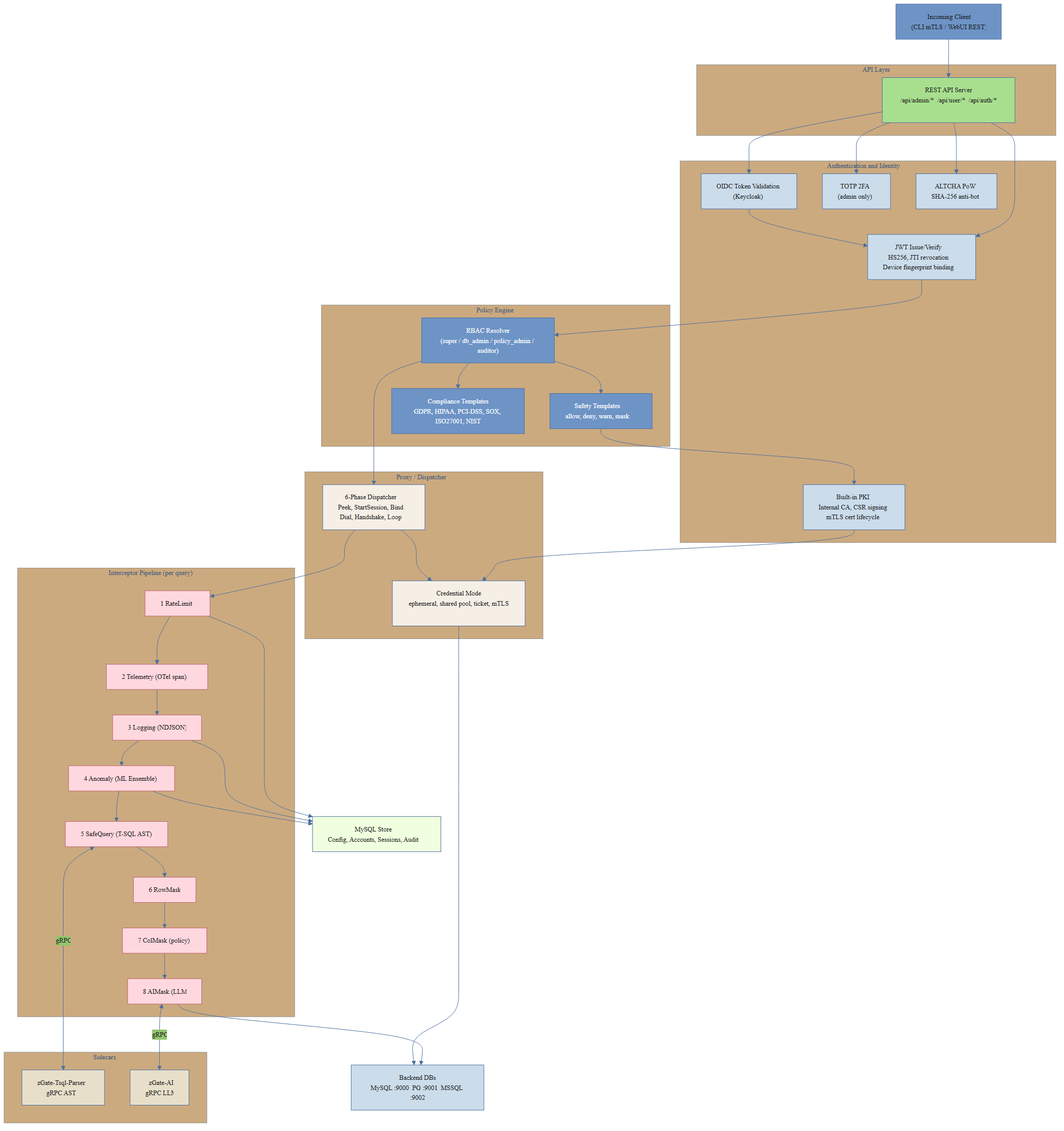
This is images/fig5_2_backend.png from lll-michael-lll/Graduation-Project-Documentation, a Mermaid export, as it was before one commit. Its source is kept beside it as diagrams/fig5_2_backend.mmd.
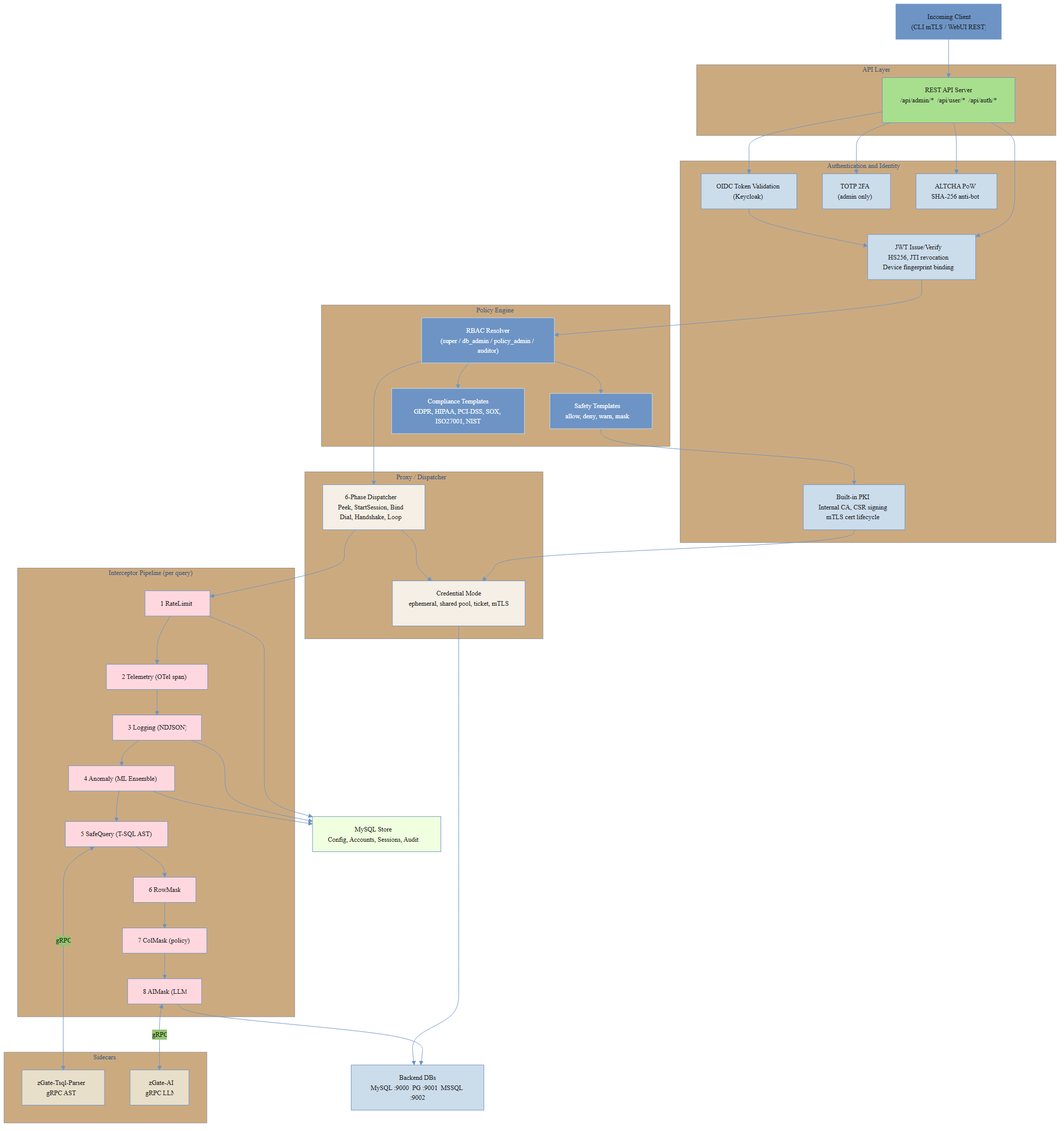
The same file after the commit.

The edit, as a diff of the source:
```diff
@@ -3,21 +3,21 @@
   "themeVariables": {
     "primaryColor": "#6D94C5",
     "primaryTextColor": "#1a1a1a",
-    "primaryBorderColor": "#4a6fa0",
-    "lineColor": "#4a6fa0",
+    "primaryBorderColor": "#6D94C5",
+    "lineColor": "#6D94C5",
     "fontFamily": "Liberation Sans, Arial, sans-serif",
     "fontSize": "13px"
   }
 }}%%
 flowchart TB
-    classDef api     fill:#A8DF8E,stroke:#4a6fa0,color:#1a1a1a
-    classDef auth    fill:#CBDCEB,stroke:#4a6fa0,color:#1a1a1a
-    classDef policy  fill:#6D94C5,stroke:#4a6fa0,color:#fff
-    classDef proxy   fill:#F5EFE6,stroke:#4a6fa0,color:#1a1a1a
-    classDef pipe    fill:#FFD8DF,stroke:#c0626e,color:#1a1a1a
-    classDef sidecar fill:#E8DFCA,stroke:#4a6fa0,color:#1a1a1a
-    classDef store   fill:#F0FFDF,stroke:#4a6fa0,color:#1a1a1a
-    classDef db      fill:#CBDCEB,stroke:#4a6fa0,color:#1a1a1a
+    classDef api     fill:#A8DF8E,stroke:#6D94C5,color:#1a1a1a
+    classDef auth    fill:#CBDCEB,stroke:#6D94C5,color:#1a1a1a
+    classDef policy  fill:#6D94C5,stroke:#CBDCEB,color:#fff
+    classDef proxy   fill:#F5EFE6,stroke:#6D94C5,color:#1a1a1a
+    classDef pipe    fill:#FFD8DF,stroke:#6D94C5,color:#1a1a1a
+    classDef sidecar fill:#E8DFCA,stroke:#6D94C5,color:#1a1a1a
+    classDef store   fill:#F0FFDF,stroke:#6D94C5,color:#1a1a1a
+    classDef db      fill:#CBDCEB,stroke:#6D94C5,color:#1a1a1a
 
     REQ["Incoming Client\n(CLI mTLS / WebUI REST)"]
 
```
